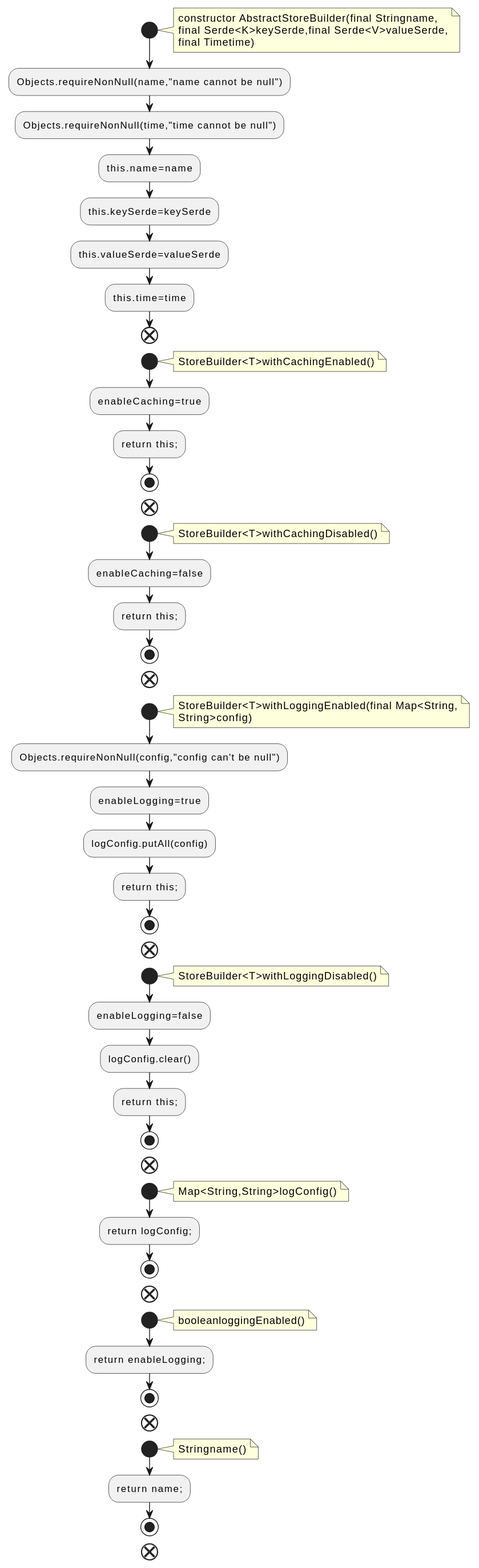
Above: docs/qc/streams/src/main/java/org/apache/kafka/streams/state/internals/AbstractStoreBuilder.java.fct.svg in qualitesys/kafka (PlantUML), before the change.
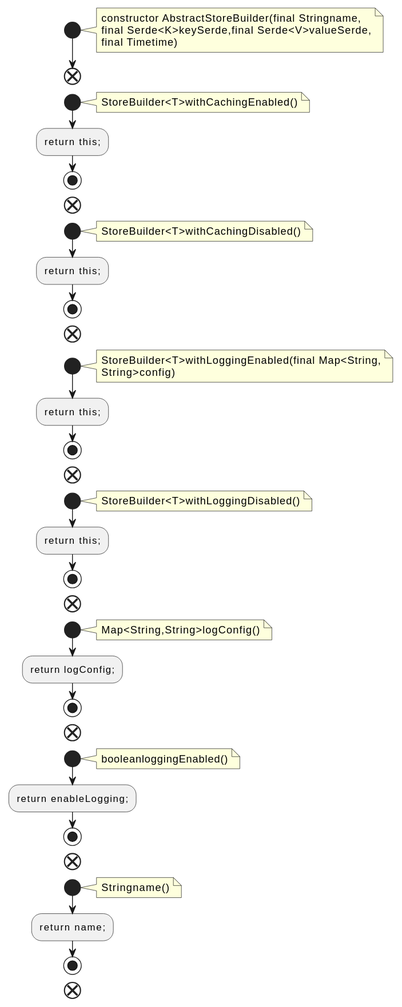
The same file after the commit.

The edit, as a diff of the source:
```diff
@@ -6,18 +6,11 @@
 final Serde<K>keySerde,final Serde<V>valueSerde,
 final Timetime)
 end note
-:Objects.requireNonNull(name,"name cannot be null");
-:Objects.requireNonNull(time,"time cannot be null");
-:this.name=name;
-:this.keySerde=keySerde;
-:this.valueSerde=valueSerde;
-:this.time=time;
 end
 start
 note right
 StoreBuilder<T>withCachingEnabled()
 end note
-:enableCaching=true;
 :return this;;
 stop
 end
@@ -25,7 +18,6 @@
 note right
 StoreBuilder<T>withCachingDisabled()
 end note
-:enableCaching=false;
 :return this;;
 stop
 end
@@ -34,9 +26,6 @@
 StoreBuilder<T>withLoggingEnabled(final Map<String,
 String>config)
 end note
-:Objects.requireNonNull(config,"config can't be null");
-:enableLogging=true;
-:logConfig.putAll(config);
 :return this;;
 stop
 end
@@ -44,8 +33,6 @@
 note right
 StoreBuilder<T>withLoggingDisabled()
 end note
-:enableLogging=false;
-:logConfig.clear();
 :return this;;
 stop
 end
```
